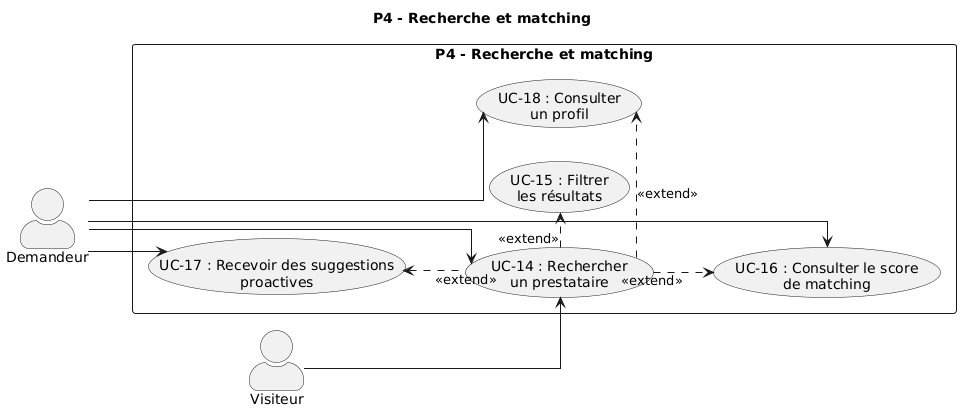
The PlantUML diagram images/diagramme_cu_p4.png in KazeHolloway/Projet_LaTex, before a commit.
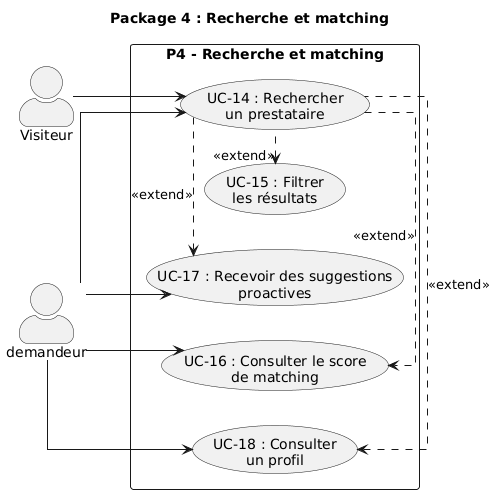
Above is the later version.

What changed in the source:
```diff
@@ -1,12 +1,11 @@
 @startuml
-title P4 - Recherche et matching
+title Package 4 : Recherche et matching
 
 left to right direction
 skinparam actorStyle awesome
 skinparam linetype ortho
 
 actor "Visiteur" as visiteur
-actor "Demandeur" as demandeur
 
 rectangle "P4 - Recherche et matching" {
   usecase "UC-17 : Recevoir des suggestions\nproactives" as UC17
@@ -15,15 +14,14 @@
   usecase "UC-16 : Consulter le score\nde matching" as UC16
   usecase "UC-18 : Consulter\nun profil" as UC18
 }
+UC14 .right.> UC17 : <<extend>>
+UC14 .left.> UC15 : <<extend>>
+UC14 .left.> UC18 : <<extend>>
+UC14 .right.> UC16 : <<extend>>
 
-UC14 .up.> UC17 : <<extend>>
-UC14 .right.> UC15 : <<extend>>
-UC14 .down.> UC16 : <<extend>>
-UC14 .right.> UC18 : <<extend>>
-
+demandeur --> UC17
+demandeur --> UC16
 visiteur --> UC14
 demandeur --> UC14
-demandeur --> UC16
-demandeur --> UC17
 demandeur --> UC18
 @enduml
```
